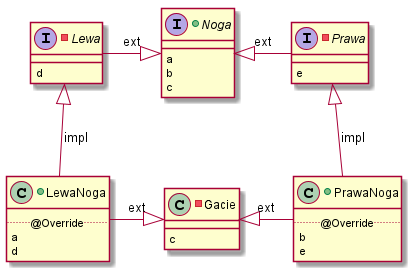
This is src/main/resources/UML/input/temporal.png from vitalispopoff/calculator, a PlantUML export, as it was before one commit.
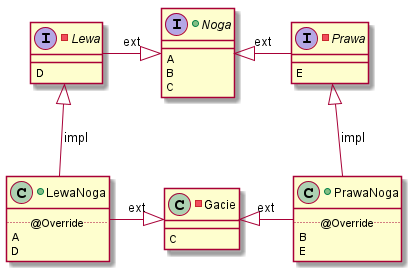
The same file after the commit.

What changed in the source:
```diff
@@ -1,30 +1,30 @@
 @startuml
 
 +interface Noga{
-    {method} a
-    {method} b
-    {method} c
+    {method} A
+    {method} B
+    {method} C
 }
 -interface Lewa{
 
-    {method} d
+    {method} D
 }
 +class LewaNoga{
     ..@Override..
-        {method} a
-        {method} d
+        {method} A
+        {method} D
 }
 
 -interface Prawa{
-    {method} e
+    {method} E
 }
 +class PrawaNoga{
     ..@Override..
-        {method} b
-        {method} e
+        {method} B
+        {method} E
 }
 -class Gacie{
-    {method} c
+    {method} C
 }
 
 
```
